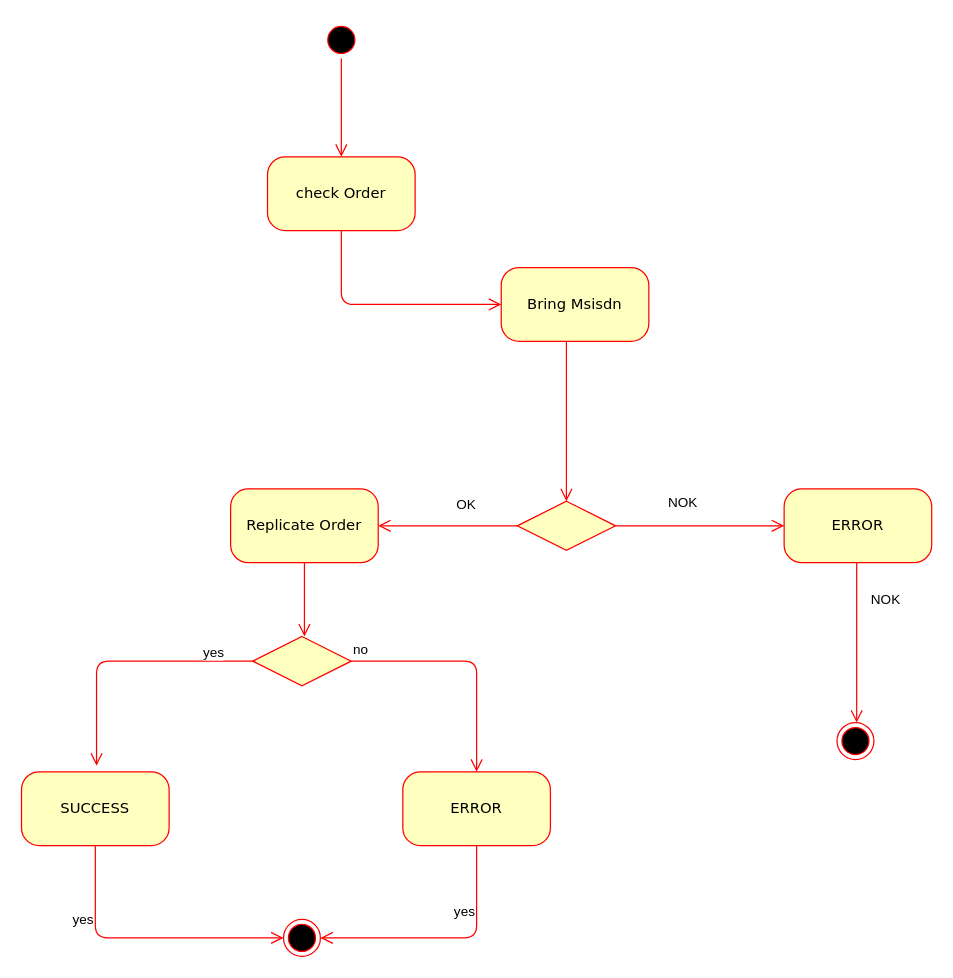
Above: page "order-process" (3 of 4) of SeqDiagram-CX-VOO-CDC.drawio in MudBloodArchitekt/draw.io (draw.io), before the change. Source tidied: cells renumbered, new cells numbered last; positions are measured from the earlier drawing's top-left corner, leaving out a move shared by most shapes. Both pictures are drawn from the tidied source at 123%, with x=0, y=0 at pixel (21, 21).
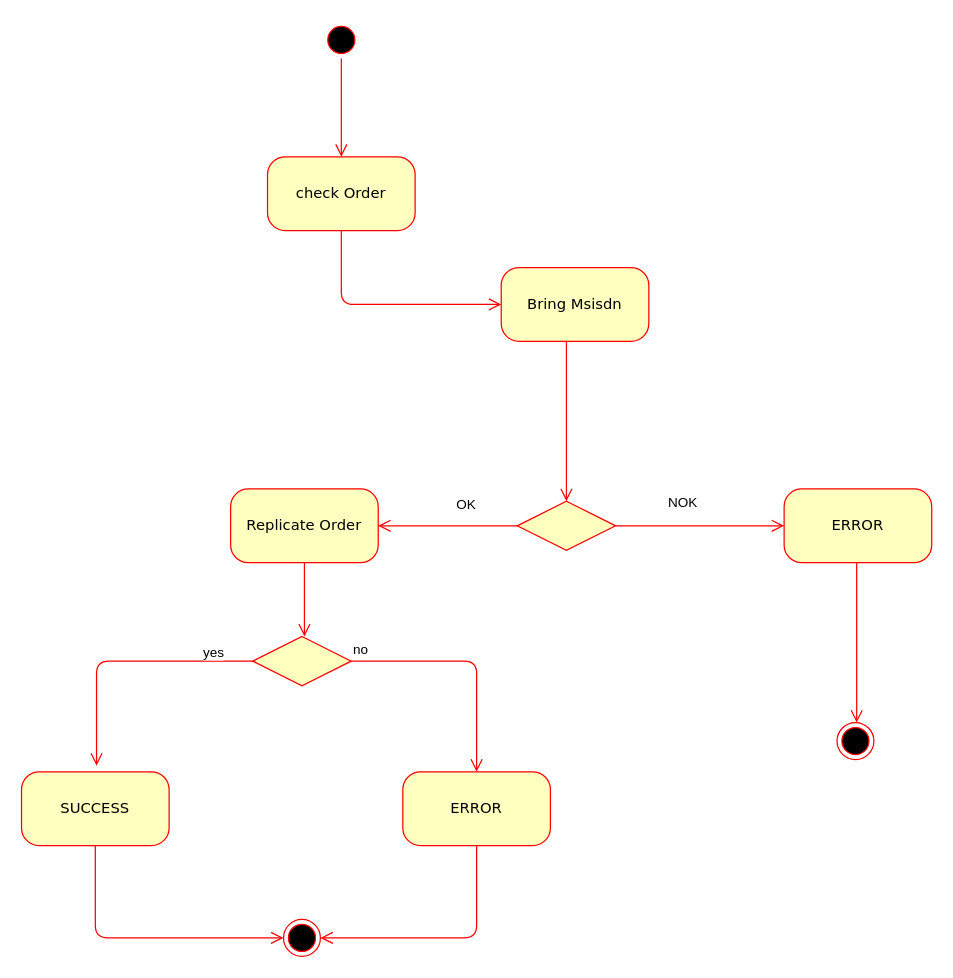
After the change.

Commit message:
order-process-upd

Unchanged cells that the change refers to:
```xml
<mxCell id="15" value="SUCCESS" style="rounded=1;whiteSpace=wrap;html=1;arcSize=24;fillColor=#ffffc0;strokeColor=#ff0000;shadow=0;comic=0;labelBackgroundColor=none;fontFamily=Verdana;fontSize=12;fontColor=#000000;align=center;" parent="1" vertex="1">
  <mxGeometry y="610" width="120" height="60" as="geometry" />
</mxCell>
<mxCell id="16" value="ERROR" style="rounded=1;whiteSpace=wrap;html=1;arcSize=24;fillColor=#ffffc0;strokeColor=#ff0000;shadow=0;comic=0;labelBackgroundColor=none;fontFamily=Verdana;fontSize=12;fontColor=#000000;align=center;" parent="1" vertex="1">
  <mxGeometry x="310" y="610" width="120" height="60" as="geometry" />
</mxCell>
<mxCell id="21" style="ellipse;html=1;shape=endState;fillColor=#000000;strokeColor=#ff0000;rounded=1;shadow=0;comic=0;labelBackgroundColor=none;fontFamily=Verdana;fontSize=12;fontColor=#000000;align=center;" parent="1" vertex="1">
  <mxGeometry x="213" y="730" width="30" height="30" as="geometry" />
</mxCell>
```

Diff of the diagram source:
```diff
@@
-    <mxCell id="13" value="NOK" style="edgeStyle=orthogonalEdgeStyle;html=1;align=left;verticalAlign=bottom;endArrow=open;endSize=8;strokeColor=#ff0000;entryX=0.5;entryY=0;entryDx=0;entryDy=0;" parent="1" edge="1">
-      <mxGeometry x="-0.4" y="10" relative="1" as="geometry">
+    <mxCell id="13" style="edgeStyle=orthogonalEdgeStyle;html=1;align=left;verticalAlign=bottom;endArrow=open;endSize=8;strokeColor=#ff0000;entryX=0.5;entryY=0;entryDx=0;entryDy=0;" parent="1" edge="1">
+      <mxGeometry x="-0.54" y="71" relative="1" as="geometry">
         <mxPoint x="679" y="440" as="sourcePoint" />
         <mxPoint x="679" y="570" as="targetPoint" />
         <Array as="points">
           <mxPoint x="679" y="480" />
           <mxPoint x="679" y="480" />
         </Array>
       </mxGeometry>
     </mxCell>
@@
-    <mxCell id="22" value="yes" style="edgeStyle=orthogonalEdgeStyle;html=1;align=left;verticalAlign=top;endArrow=open;endSize=8;strokeColor=#ff0000;entryX=0;entryY=0.5;entryDx=0;entryDy=0;exitX=0.5;exitY=1;exitDx=0;exitDy=0;" parent="1" edge="1" source="15" target="21">
-      <mxGeometry x="-0.59" y="-20" relative="1" as="geometry">
+    <mxCell id="22" style="edgeStyle=orthogonalEdgeStyle;html=1;align=left;verticalAlign=top;endArrow=open;endSize=8;strokeColor=#ff0000;entryX=0;entryY=0.5;entryDx=0;entryDy=0;exitX=0.5;exitY=1;exitDx=0;exitDy=0;" parent="1" edge="1" source="15" target="21">
+      <mxGeometry x="-0.34" y="-20" relative="1" as="geometry">
         <Array as="points">
           <mxPoint x="60" y="745" />
         </Array>
+        <mxPoint x="-20" y="-20" as="offset" />
       </mxGeometry>
     </mxCell>
-    <mxCell id="23" value="yes" style="edgeStyle=orthogonalEdgeStyle;html=1;align=left;verticalAlign=top;endArrow=open;endSize=8;strokeColor=#ff0000;exitX=0.5;exitY=1;exitDx=0;exitDy=0;entryX=1;entryY=0.5;entryDx=0;entryDy=0;" parent="1" edge="1" source="16" target="21">
-      <mxGeometry x="-0.59" y="-20" relative="1" as="geometry">
+    <mxCell id="23" style="edgeStyle=orthogonalEdgeStyle;html=1;align=left;verticalAlign=top;endArrow=open;endSize=8;strokeColor=#ff0000;exitX=0.5;exitY=1;exitDx=0;exitDy=0;entryX=1;entryY=0.5;entryDx=0;entryDy=0;" parent="1" edge="1" source="16" target="21">
+      <mxGeometry x="0.04" y="-25" relative="1" as="geometry">
         <Array as="points">
           <mxPoint x="370" y="745" />
         </Array>
       </mxGeometry>
     </mxCell>
```
